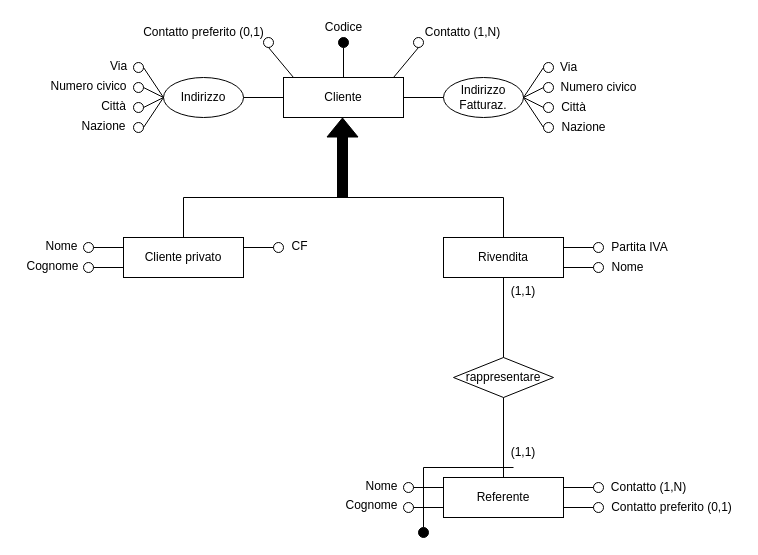
The draw.io diagram ER-diagrams/ER-Clienti-bis.drawio in nic-agos/Verde-S.R.L, before the edit. Source tidied: cells renumbered, new cells numbered last; positions are measured from the earlier drawing's top-left corner, leaving out a move shared by most shapes. Both pictures are drawn from the tidied source at 100%, with x=0, y=0 at pixel (17, 17).
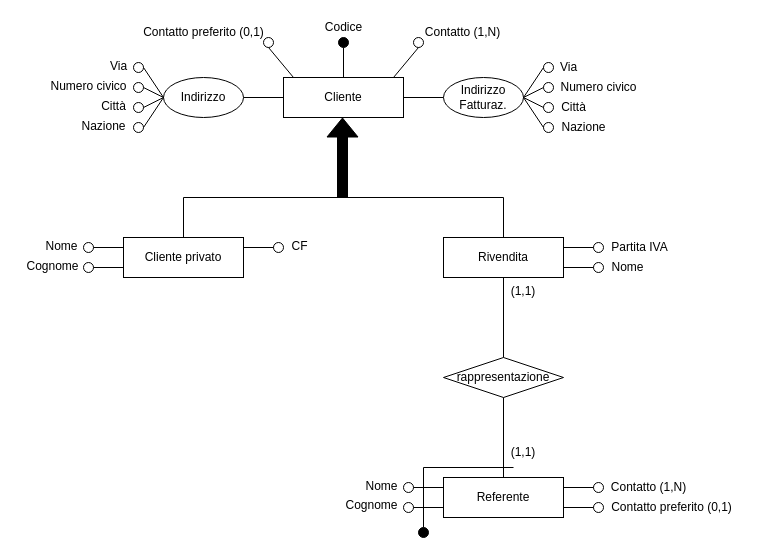
The same page after the edit.

Commit message:
modified relationship name

Change to the diagram source:
```diff
@@
-    <mxCell id="62" value="rappresentare" style="rhombus;whiteSpace=wrap;html=1;" parent="1" vertex="1">
-      <mxGeometry x="436" y="340" width="100" height="40" as="geometry" />
+    <mxCell id="62" value="rappresentazione" style="rhombus;whiteSpace=wrap;html=1;" parent="1" vertex="1">
+      <mxGeometry x="426" y="340" width="120" height="40" as="geometry" />
     </mxCell>
```
